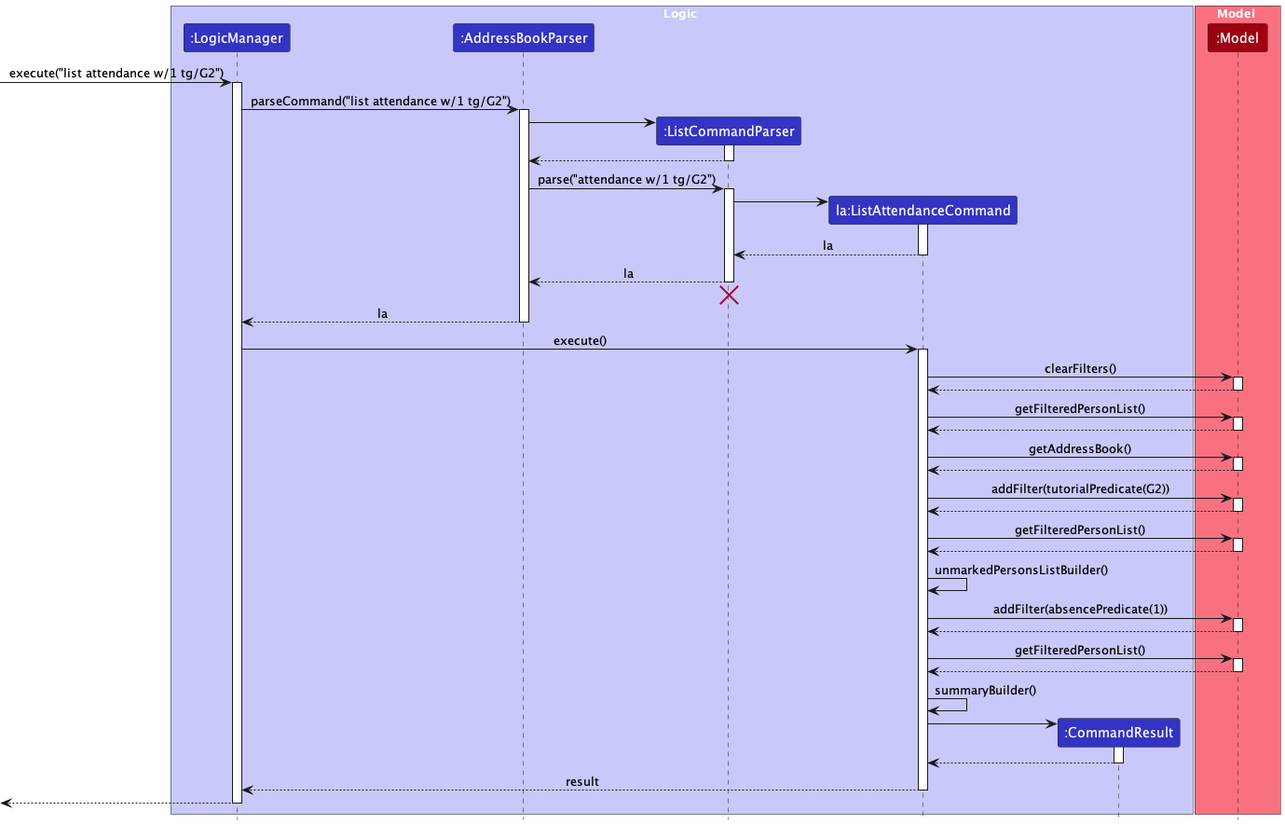
Above: docs/images/ListAttendanceSeqDiagram.png in nus-cs2103-AY2324S1/tp (PlantUML), before the change.
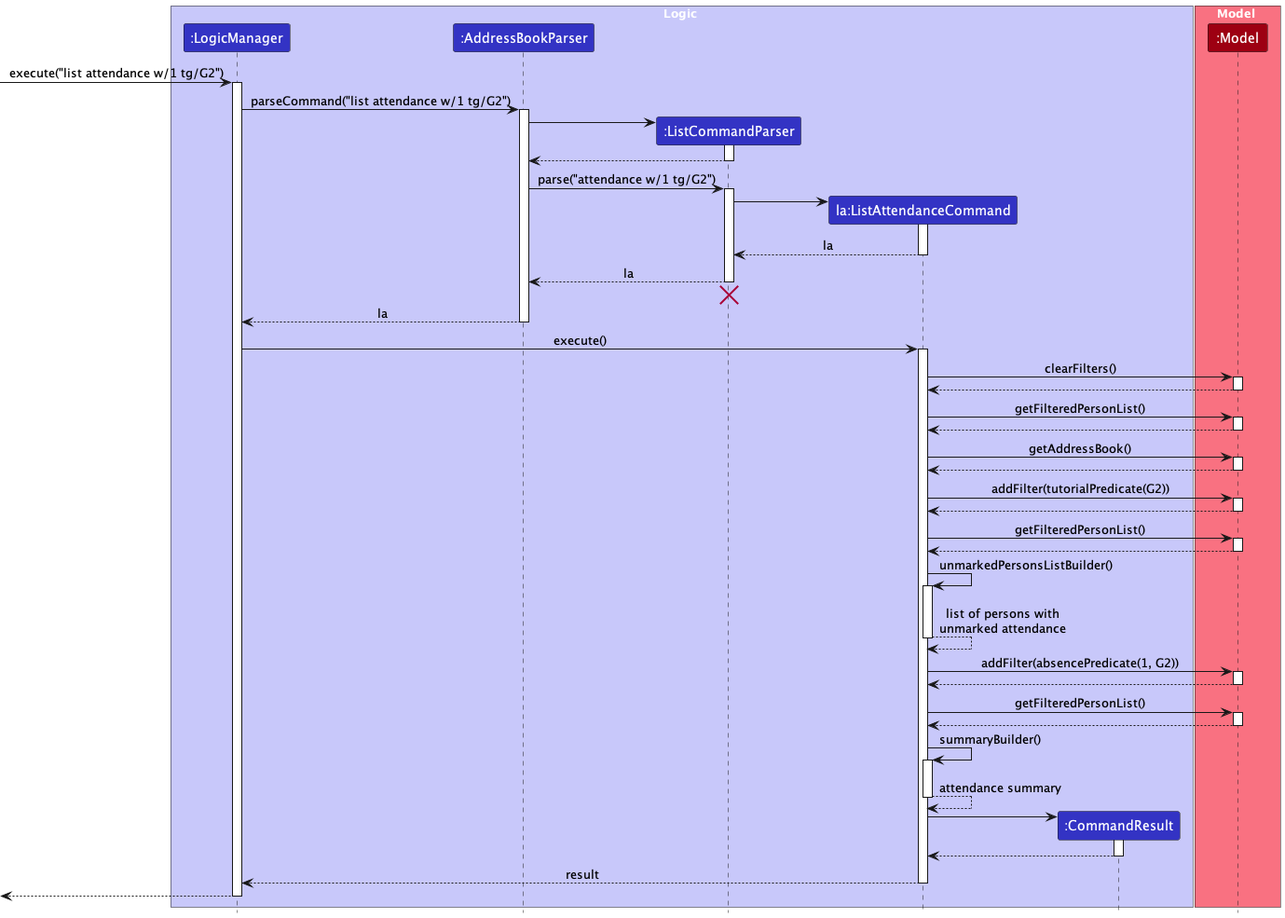
The same diagram one commit later.

Commit message:
Update DG and diagrams, edit formatting

Change to the diagram source:
```diff
@@ -50,42 +50,57 @@
 
 ListAttendanceCommand -> Model : clearFilters()
 activate Model
+
 Model --> ListAttendanceCommand
 deactivate Model
 
 ListAttendanceCommand -> Model : getFilteredPersonList()
 activate Model
+
 Model --> ListAttendanceCommand
 deactivate Model
 
 ListAttendanceCommand -> Model : getAddressBook()
 activate Model
+
 Model --> ListAttendanceCommand
 deactivate Model
 
 ListAttendanceCommand -> Model : addFilter(tutorialPredicate(G2))
 activate Model
+
 Model --> ListAttendanceCommand
 deactivate Model
 
 ListAttendanceCommand -> Model : getFilteredPersonList()
 activate Model
+
 Model --> ListAttendanceCommand
 deactivate Model
 
 ListAttendanceCommand -> ListAttendanceCommand : unmarkedPersonsListBuilder()
+activate ListAttendanceCommand
 
-ListAttendanceCommand -> Model : addFilter(absencePredicate(1))
+ListAttendanceCommand --> ListAttendanceCommand : list of persons with\nunmarked attendance
+deactivate ListAttendanceCommand
+
+ListAttendanceCommand -> Model : addFilter(absencePredicate(1, G2))
 activate Model
+
 Model --> ListAttendanceCommand
 deactivate Model
 
 ListAttendanceCommand -> Model : getFilteredPersonList()
 activate Model
+
 Model --> ListAttendanceCommand
 deactivate Model
 
 ListAttendanceCommand -> ListAttendanceCommand : summaryBuilder()
+activate ListAttendanceCommand
+
+ListAttendanceCommand --> ListAttendanceCommand : attendance summary
+deactivate ListAttendanceCommand
 
 create CommandResult
 ListAttendanceCommand -> CommandResult
```
